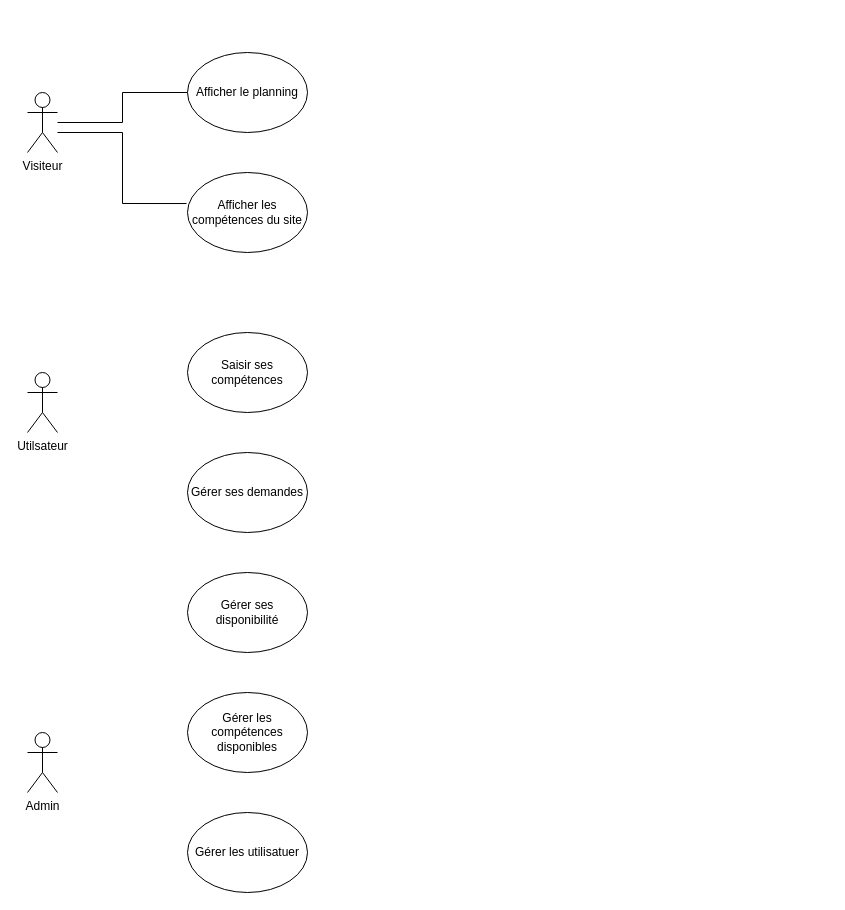
Earlier version of the draw.io diagram Conception/UML.drawio (doremijazz/Evaluation_python_web). Source tidied: cells renumbered, new cells numbered last; positions are measured from the earlier drawing's top-left corner, leaving out a move shared by most shapes. Both pictures are drawn from the tidied source at 100%, with x=0, y=0 at pixel (27, 52).
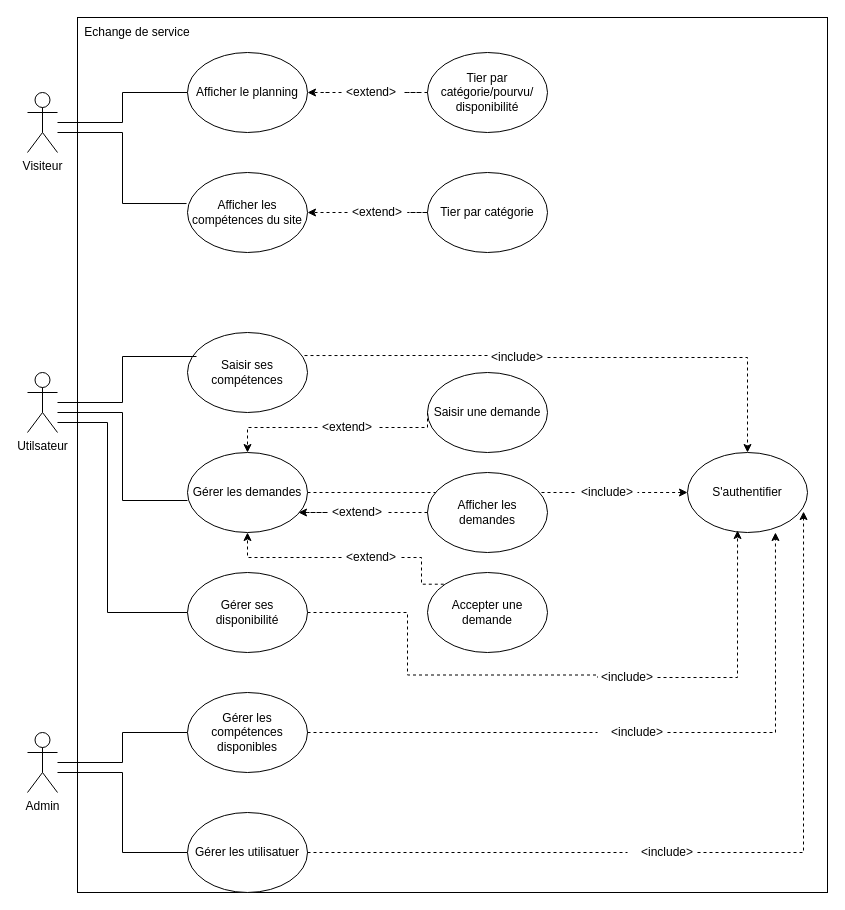
The same diagram, later.

Commit message:
FINISH : user case

Unchanged cells that the change refers to:
```xml
<mxCell id="4" value="Utilsateur" style="shape=umlActor;verticalLabelPosition=bottom;verticalAlign=top;html=1;outlineConnect=0;" parent="1" vertex="1">
  <mxGeometry y="320" width="30" height="60" as="geometry" />
</mxCell>
<mxCell id="5" value="Admin" style="shape=umlActor;verticalLabelPosition=bottom;verticalAlign=top;html=1;outlineConnect=0;" parent="1" vertex="1">
  <mxGeometry y="680" width="30" height="60" as="geometry" />
</mxCell>
<mxCell id="6" value="Afficher le planning" style="ellipse;whiteSpace=wrap;html=1;shapeInside=1;" parent="1" vertex="1">
  <mxGeometry x="160" width="120" height="80" as="geometry" />
</mxCell>
<mxCell id="7" value="Afficher les compétences du site" style="ellipse;whiteSpace=wrap;html=1;shapeInside=1;" parent="1" vertex="1">
  <mxGeometry x="160" y="120" width="120" height="80" as="geometry" />
</mxCell>
<mxCell id="8" value="Saisir ses compétences" style="ellipse;whiteSpace=wrap;html=1;shapeInside=1;" parent="1" vertex="1">
  <mxGeometry x="160" y="280" width="120" height="80" as="geometry" />
</mxCell>
<mxCell id="10" value="Gérer ses disponibilité" style="ellipse;whiteSpace=wrap;html=1;shapeInside=1;" parent="1" vertex="1">
  <mxGeometry x="160" y="520" width="120" height="80" as="geometry" />
</mxCell>
<mxCell id="11" value="Gérer les compétences disponibles" style="ellipse;whiteSpace=wrap;html=1;shapeInside=1;" parent="1" vertex="1">
  <mxGeometry x="160" y="640" width="120" height="80" as="geometry" />
</mxCell>
<mxCell id="12" value="Gérer les utilisatuer" style="ellipse;whiteSpace=wrap;html=1;shapeInside=1;" parent="1" vertex="1">
  <mxGeometry x="160" y="760" width="120" height="80" as="geometry" />
</mxCell>
```

The edit, as a diff of the source:
```diff
@@
+    <mxCell id="14" style="rounded=0;whiteSpace=wrap;html=1;" parent="1" vertex="1">
+      <mxGeometry x="50" y="-35" width="750" height="875" as="geometry" />
+    </mxCell>
@@
+    <mxCell id="15" style="edgeStyle=orthogonalEdgeStyle;rounded=0;jettySize=auto;html=1;entryX=0;entryY=0.5;entryDx=0;entryDy=0;endArrow=none;endFill=0;" parent="1" edge="1" source="4" target="10">
+      <mxGeometry relative="1" as="geometry">
+        <Array as="points">
+          <mxPoint x="80" y="370" />
+          <mxPoint x="80" y="560" />
+        </Array>
+      </mxGeometry>
+    </mxCell>
@@
+    <mxCell id="16" style="edgeStyle=orthogonalEdgeStyle;rounded=0;jettySize=auto;html=1;entryX=0;entryY=0.5;entryDx=0;entryDy=0;endArrow=none;endFill=0;" parent="1" edge="1" source="5" target="11">
+      <mxGeometry relative="1" as="geometry" />
+    </mxCell>
+    <mxCell id="17" style="edgeStyle=orthogonalEdgeStyle;rounded=0;jettySize=auto;html=1;entryX=0;entryY=0.5;entryDx=0;entryDy=0;endArrow=none;endFill=0;" parent="1" edge="1" source="5" target="12">
+      <mxGeometry relative="1" as="geometry">
+        <Array as="points">
+          <mxPoint x="95" y="720" />
+          <mxPoint x="95" y="800" />
+        </Array>
+      </mxGeometry>
+    </mxCell>
@@
+    <mxCell id="18" style="edgeStyle=orthogonalEdgeStyle;rounded=0;jettySize=auto;html=1;dashed=1;entryX=0.5;entryY=0;entryDx=0;entryDy=0;" parent="1" edge="1" source="37" target="30">
+      <mxGeometry relative="1" as="geometry" />
+    </mxCell>
@@
+    <mxCell id="19" style="edgeStyle=orthogonalEdgeStyle;rounded=0;jettySize=auto;html=1;entryX=0;entryY=0.5;entryDx=0;entryDy=0;endArrow=none;endFill=0;dashed=1;" parent="1" edge="1" source="9" target="39">
+      <mxGeometry relative="1" as="geometry">
+        <Array as="points">
+          <mxPoint x="340" y="440" />
+          <mxPoint x="340" y="440" />
+        </Array>
+      </mxGeometry>
+    </mxCell>
-    <mxCell id="9" value="Gérer ses demandes" style="ellipse;whiteSpace=wrap;html=1;shapeInside=1;" parent="1" vertex="1">
+    <mxCell id="9" value="Gérer les demandes" style="ellipse;whiteSpace=wrap;html=1;shapeInside=1;" parent="1" vertex="1">
       <mxGeometry x="160" y="400" width="120" height="80" as="geometry" />
     </mxCell>
+    <mxCell id="20" style="edgeStyle=orthogonalEdgeStyle;rounded=0;jettySize=auto;html=1;entryX=0;entryY=0.5;entryDx=0;entryDy=0;endArrow=none;endFill=0;dashed=1;" parent="1" edge="1" source="10" target="40">
+      <mxGeometry relative="1" as="geometry">
+        <Array as="points">
+          <mxPoint x="380" y="560" />
+          <mxPoint x="380" y="622.5" />
+          <mxPoint x="570" y="622.5" />
+        </Array>
+      </mxGeometry>
+    </mxCell>
@@
+    <mxCell id="21" style="edgeStyle=orthogonalEdgeStyle;rounded=0;jettySize=auto;html=1;entryX=0.075;entryY=0.3;entryDx=0;entryDy=0;entryPerimeter=0;endArrow=none;endFill=0;" parent="1" edge="1" source="4" target="8">
+      <mxGeometry relative="1" as="geometry" />
+    </mxCell>
+    <mxCell id="22" style="edgeStyle=orthogonalEdgeStyle;rounded=0;jettySize=auto;html=1;entryX=0;entryY=0.6;entryDx=0;entryDy=0;entryPerimeter=0;endArrow=none;endFill=0;" parent="1" edge="1" source="4" target="9">
+      <mxGeometry relative="1" as="geometry">
+        <Array as="points">
+          <mxPoint x="95" y="360" />
+          <mxPoint x="95" y="448" />
+        </Array>
+      </mxGeometry>
+    </mxCell>
+    <mxCell id="23" style="edgeStyle=orthogonalEdgeStyle;rounded=0;jettySize=auto;html=1;dashed=1;" parent="1" edge="1" source="51" target="9">
+      <mxGeometry relative="1" as="geometry" />
+    </mxCell>
+    <mxCell id="24" value="Saisir une demande" style="ellipse;whiteSpace=wrap;html=1;shapeInside=1;" parent="1" vertex="1">
+      <mxGeometry x="400" y="320" width="120" height="80" as="geometry" />
+    </mxCell>
+    <mxCell id="25" style="edgeStyle=orthogonalEdgeStyle;rounded=0;jettySize=auto;html=1;dashed=1;" parent="1" edge="1" source="55" target="9">
+      <mxGeometry relative="1" as="geometry" />
+    </mxCell>
+    <mxCell id="26" value="&lt;div&gt;Accepter une demande&lt;/div&gt;" style="ellipse;whiteSpace=wrap;html=1;shapeInside=1;" parent="1" vertex="1">
+      <mxGeometry x="400" y="520" width="120" height="80" as="geometry" />
+    </mxCell>
+    <mxCell id="27" value="Afficher les demandes" style="ellipse;whiteSpace=wrap;html=1;shapeInside=1;" parent="1" vertex="1">
+      <mxGeometry x="400" y="420" width="120" height="80" as="geometry" />
+    </mxCell>
+    <mxCell id="28" style="edgeStyle=orthogonalEdgeStyle;rounded=0;jettySize=auto;html=1;entryX=0.925;entryY=0.75;entryDx=0;entryDy=0;entryPerimeter=0;dashed=1;" parent="1" edge="1" source="53" target="9">
+      <mxGeometry relative="1" as="geometry" />
+    </mxCell>
+    <mxCell id="29" style="edgeStyle=orthogonalEdgeStyle;rounded=0;jettySize=auto;html=1;entryX=1;entryY=0.5;entryDx=0;entryDy=0;startArrow=classic;startFill=1;endArrow=none;endFill=0;dashed=1;" parent="1" edge="1" source="30" target="39">
+      <mxGeometry relative="1" as="geometry" />
+    </mxCell>
+    <mxCell id="30" value="S'authentifier" style="ellipse;whiteSpace=wrap;html=1;shapeInside=1;" parent="1" vertex="1">
+      <mxGeometry x="660" y="400" width="120" height="80" as="geometry" />
+    </mxCell>
+    <mxCell id="31" style="edgeStyle=orthogonalEdgeStyle;rounded=0;jettySize=auto;html=1;entryX=0.733;entryY=1;entryDx=0;entryDy=0;entryPerimeter=0;dashed=1;" parent="1" edge="1" source="43" target="30">
+      <mxGeometry relative="1" as="geometry" />
+    </mxCell>
+    <mxCell id="32" style="edgeStyle=orthogonalEdgeStyle;rounded=0;jettySize=auto;html=1;entryX=0.967;entryY=0.738;entryDx=0;entryDy=0;entryPerimeter=0;dashed=1;" parent="1" edge="1" source="45" target="30">
+      <mxGeometry relative="1" as="geometry">
+        <Array as="points">
+          <mxPoint x="776" y="800" />
+        </Array>
+      </mxGeometry>
+    </mxCell>
+    <mxCell id="33" style="edgeStyle=orthogonalEdgeStyle;rounded=0;jettySize=auto;html=1;entryX=1;entryY=0.5;entryDx=0;entryDy=0;dashed=1;" parent="1" edge="1" source="47" target="6">
+      <mxGeometry relative="1" as="geometry" />
+    </mxCell>
+    <mxCell id="34" value="Tier par catégorie/pourvu/&lt;br&gt;&lt;span style=&quot;background-color: transparent; color: light-dark(rgb(0, 0, 0), rgb(255, 255, 255));&quot;&gt;disponibilité&lt;/span&gt;" style="ellipse;whiteSpace=wrap;html=1;shapeInside=1;" parent="1" vertex="1">
+      <mxGeometry x="400" width="120" height="80" as="geometry" />
+    </mxCell>
+    <mxCell id="35" style="edgeStyle=orthogonalEdgeStyle;rounded=0;jettySize=auto;html=1;dashed=1;" parent="1" edge="1" source="49" target="7">
+      <mxGeometry relative="1" as="geometry" />
+    </mxCell>
+    <mxCell id="36" value="Tier par catégorie" style="ellipse;whiteSpace=wrap;html=1;shapeInside=1;" parent="1" vertex="1">
+      <mxGeometry x="400" y="120" width="120" height="80" as="geometry" />
+    </mxCell>
+    <mxCell id="37" value="&amp;lt;include&amp;gt;" style="text;html=1;whiteSpace=wrap;strokeColor=none;fillColor=none;align=center;verticalAlign=middle;rounded=0;" parent="1" vertex="1">
+      <mxGeometry x="460" y="290" width="60" height="30" as="geometry" />
+    </mxCell>
+    <mxCell id="38" style="edgeStyle=orthogonalEdgeStyle;rounded=0;jettySize=auto;html=1;entryX=0.975;entryY=0.288;entryDx=0;entryDy=0;entryPerimeter=0;endArrow=none;endFill=0;dashed=1;" parent="1" edge="1" source="37" target="8">
+      <mxGeometry relative="1" as="geometry">
+        <Array as="points">
+          <mxPoint x="430" y="303" />
+          <mxPoint x="430" y="303" />
+        </Array>
+      </mxGeometry>
+    </mxCell>
+    <mxCell id="39" value="&amp;lt;include&amp;gt;" style="text;html=1;whiteSpace=wrap;strokeColor=none;fillColor=none;align=center;verticalAlign=middle;rounded=0;" parent="1" vertex="1">
+      <mxGeometry x="550" y="425" width="60" height="30" as="geometry" />
+    </mxCell>
+    <mxCell id="40" value="&amp;lt;include&amp;gt;" style="text;html=1;whiteSpace=wrap;strokeColor=none;fillColor=none;align=center;verticalAlign=middle;rounded=0;" parent="1" vertex="1">
+      <mxGeometry x="570" y="610" width="60" height="30" as="geometry" />
+    </mxCell>
+    <mxCell id="41" style="edgeStyle=orthogonalEdgeStyle;rounded=0;jettySize=auto;html=1;entryX=0.417;entryY=0.975;entryDx=0;entryDy=0;entryPerimeter=0;dashed=1;" parent="1" edge="1" source="40" target="30">
+      <mxGeometry relative="1" as="geometry" />
+    </mxCell>
+    <mxCell id="42" style="edgeStyle=orthogonalEdgeStyle;rounded=0;jettySize=auto;html=1;dashed=1;endArrow=none;endFill=0;" parent="1" edge="1" source="11">
+      <mxGeometry relative="1" as="geometry">
+        <mxPoint x="570" y="680" as="targetPoint" />
+      </mxGeometry>
+    </mxCell>
+    <mxCell id="43" value="&amp;lt;include&amp;gt;" style="text;html=1;whiteSpace=wrap;strokeColor=none;fillColor=none;align=center;verticalAlign=middle;rounded=0;" parent="1" vertex="1">
+      <mxGeometry x="580" y="665" width="60" height="30" as="geometry" />
+    </mxCell>
+    <mxCell id="44" style="edgeStyle=orthogonalEdgeStyle;rounded=0;jettySize=auto;html=1;dashed=1;endArrow=none;endFill=0;" parent="1" edge="1" source="12">
+      <mxGeometry relative="1" as="geometry">
+        <mxPoint x="600" y="800" as="targetPoint" />
+      </mxGeometry>
+    </mxCell>
+    <mxCell id="45" value="&amp;lt;include&amp;gt;" style="text;html=1;whiteSpace=wrap;strokeColor=none;fillColor=none;align=center;verticalAlign=middle;rounded=0;" parent="1" vertex="1">
+      <mxGeometry x="610" y="785" width="60" height="30" as="geometry" />
+    </mxCell>
+    <mxCell id="46" style="edgeStyle=orthogonalEdgeStyle;rounded=0;jettySize=auto;html=1;entryX=1;entryY=0.5;entryDx=0;entryDy=0;dashed=1;endArrow=none;endFill=0;" parent="1" edge="1" source="34" target="47">
+      <mxGeometry relative="1" as="geometry" />
+    </mxCell>
+    <mxCell id="47" value="&amp;lt;extend&amp;gt;" style="text;html=1;whiteSpace=wrap;strokeColor=none;fillColor=none;align=center;verticalAlign=middle;rounded=0;" parent="1" vertex="1">
+      <mxGeometry x="314" y="25" width="60" height="30" as="geometry" />
+    </mxCell>
+    <mxCell id="48" style="edgeStyle=orthogonalEdgeStyle;rounded=0;jettySize=auto;html=1;dashed=1;endArrow=none;endFill=0;" parent="1" edge="1" source="36" target="49">
+      <mxGeometry relative="1" as="geometry" />
+    </mxCell>
+    <mxCell id="49" value="&amp;lt;extend&amp;gt;" style="text;html=1;whiteSpace=wrap;strokeColor=none;fillColor=none;align=center;verticalAlign=middle;rounded=0;" parent="1" vertex="1">
+      <mxGeometry x="320" y="145" width="60" height="30" as="geometry" />
+    </mxCell>
+    <mxCell id="50" style="edgeStyle=orthogonalEdgeStyle;rounded=0;jettySize=auto;html=1;dashed=1;exitX=0;exitY=0.5;exitDx=0;exitDy=0;endArrow=none;endFill=0;" parent="1" edge="1" source="24" target="51">
+      <mxGeometry relative="1" as="geometry">
+        <Array as="points">
+          <mxPoint x="400" y="375" />
+        </Array>
+      </mxGeometry>
+    </mxCell>
+    <mxCell id="51" value="&amp;lt;extend&amp;gt;" style="text;html=1;whiteSpace=wrap;strokeColor=none;fillColor=none;align=center;verticalAlign=middle;rounded=0;" parent="1" vertex="1">
+      <mxGeometry x="290" y="360" width="60" height="30" as="geometry" />
+    </mxCell>
+    <mxCell id="52" style="edgeStyle=orthogonalEdgeStyle;rounded=0;jettySize=auto;html=1;entryX=1;entryY=0.5;entryDx=0;entryDy=0;dashed=1;endArrow=none;endFill=0;" parent="1" edge="1" source="27" target="53">
+      <mxGeometry relative="1" as="geometry" />
+    </mxCell>
+    <mxCell id="53" value="&amp;lt;extend&amp;gt;" style="text;html=1;whiteSpace=wrap;strokeColor=none;fillColor=none;align=center;verticalAlign=middle;rounded=0;" parent="1" vertex="1">
+      <mxGeometry x="300" y="445" width="60" height="30" as="geometry" />
+    </mxCell>
+    <mxCell id="54" style="edgeStyle=orthogonalEdgeStyle;rounded=0;jettySize=auto;html=1;entryX=0;entryY=0;entryDx=0;entryDy=0;endArrow=none;endFill=0;dashed=1;" parent="1" edge="1" source="55" target="26">
+      <mxGeometry relative="1" as="geometry" />
+    </mxCell>
+    <mxCell id="55" value="&amp;lt;extend&amp;gt;" style="text;html=1;whiteSpace=wrap;strokeColor=none;fillColor=none;align=center;verticalAlign=middle;rounded=0;" parent="1" vertex="1">
+      <mxGeometry x="314" y="490" width="60" height="30" as="geometry" />
+    </mxCell>
+    <mxCell id="56" value="Echange de service" style="text;html=1;whiteSpace=wrap;strokeColor=none;fillColor=none;align=center;verticalAlign=middle;rounded=0;" parent="1" vertex="1">
+      <mxGeometry x="50" y="-35" width="120" height="30" as="geometry" />
+    </mxCell>
```
